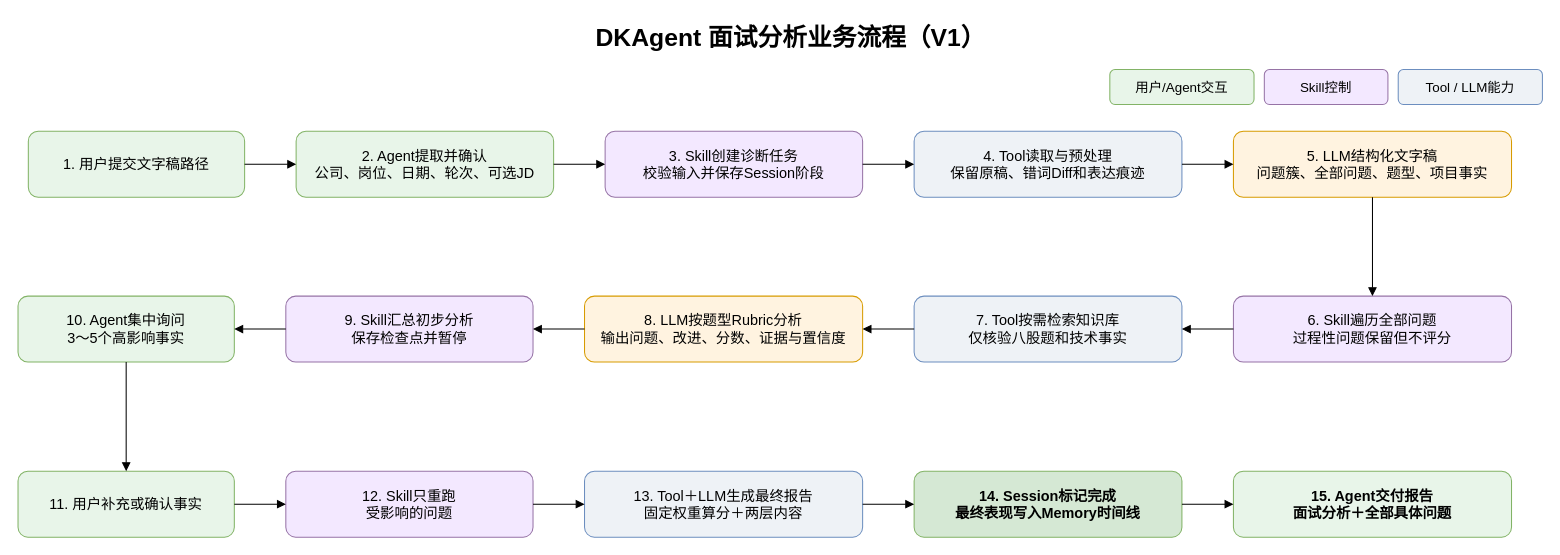
Earlier version of the draw.io diagram desginDocs/03-business-flow.drawio (xxk156277/DKAgent). Source tidied: cells renumbered, new cells numbered last; positions are measured from the earlier drawing's top-left corner, leaving out a move shared by most shapes. Both pictures are drawn from the tidied source at 103%, with x=0, y=0 at pixel (18, 18).
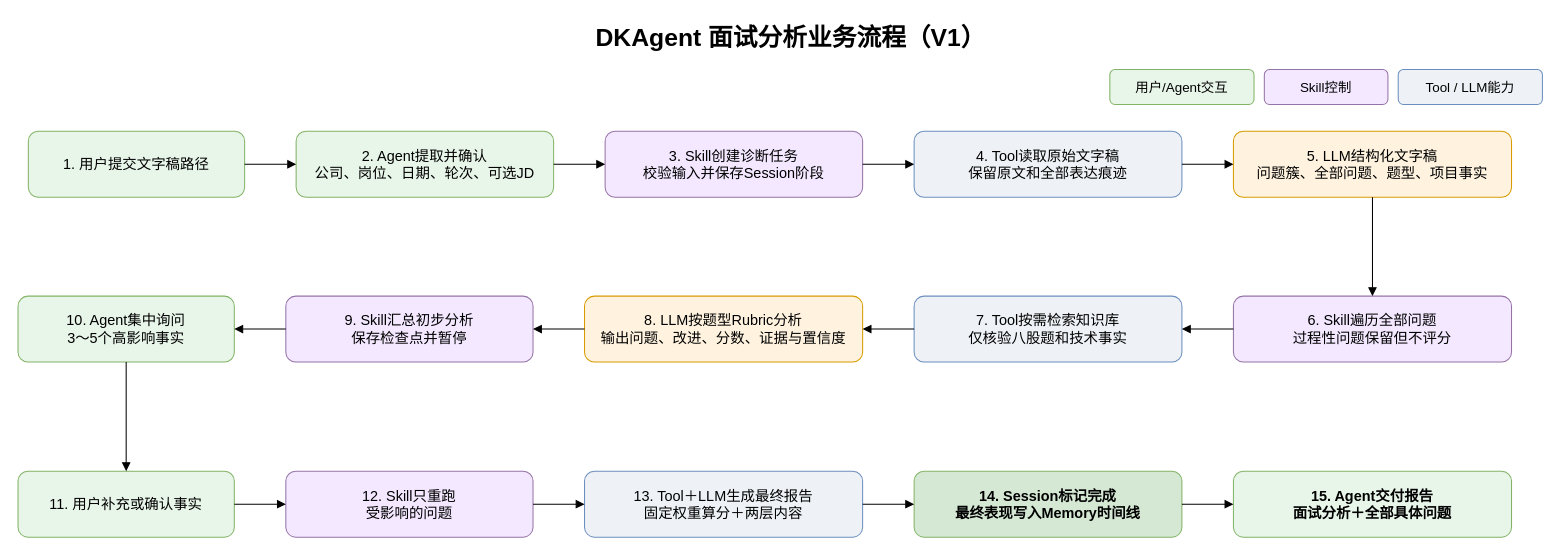
After the change.

The edit, as a diff of the source:
```diff
@@
-    <mxCell id="9" value="4. Tool读取与预处理&#10;保留原稿、错词Diff和表达痕迹" style="rounded=1;whiteSpace=wrap;html=1;fillColor=#eef2f6;strokeColor=#6c8ebf;fontSize=14;" parent="1" vertex="1">
+    <mxCell id="9" value="4. Tool读取原始文字稿&#10;保留原文和全部表达痕迹" style="rounded=1;whiteSpace=wrap;html=1;fillColor=#eef2f6;strokeColor=#6c8ebf;fontSize=14;" parent="1" vertex="1">
       <mxGeometry x="870" y="110" width="260" height="64" as="geometry" />
     </mxCell>
```
